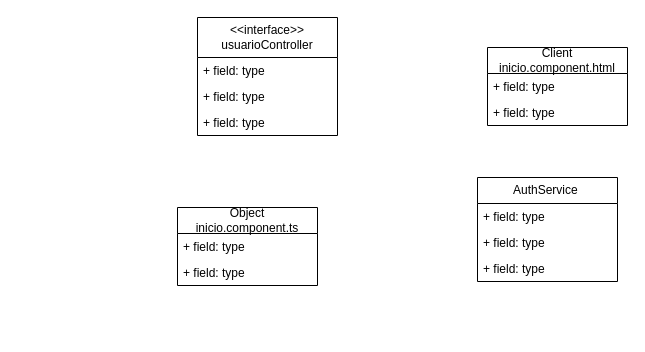
Above: Diagramas/ProxyUML.drawio in JorgeADnro/Torres (draw.io), before the change. Source tidied: cells renumbered, new cells numbered last; positions are measured from the earlier drawing's top-left corner, leaving out a move shared by most shapes. Both pictures are drawn from the tidied source at 100%, with x=0, y=0 at pixel (177, 17).
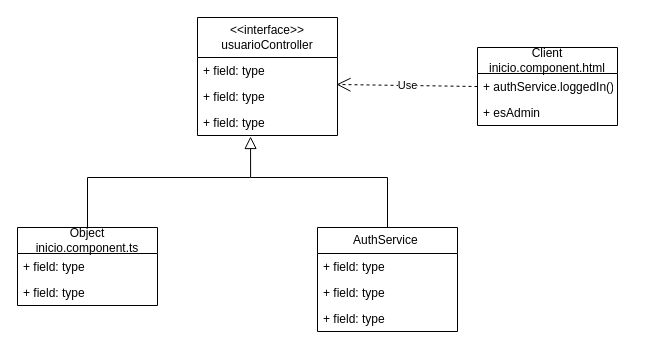
Above is the later version.

The change refers to these unchanged cells:
```xml
<mxCell id="4" value="+ field: type" style="text;strokeColor=none;fillColor=none;align=left;verticalAlign=top;spacingLeft=4;spacingRight=4;overflow=hidden;points=[[0,0.5],[1,0.5]];portConstraint=eastwest;whiteSpace=wrap;html=1;" parent="2" vertex="1">
  <mxGeometry y="66" width="140" height="26" as="geometry" />
</mxCell>
<mxCell id="5" value="+ field: type" style="text;strokeColor=none;fillColor=none;align=left;verticalAlign=top;spacingLeft=4;spacingRight=4;overflow=hidden;points=[[0,0.5],[1,0.5]];portConstraint=eastwest;whiteSpace=wrap;html=1;" parent="2" vertex="1">
  <mxGeometry y="92" width="140" height="26" as="geometry" />
</mxCell>
```

Diff of the diagram source:
```diff
@@
     <mxCell id="6" value="Client&lt;br&gt;inicio.component.html" style="swimlane;fontStyle=0;horizontal=1;startSize=26;fillColor=none;whiteSpace=wrap;html=1;" parent="1" vertex="1">
-      <mxGeometry x="310" y="30" width="140" height="78" as="geometry" />
+      <mxGeometry x="300" y="30" width="140" height="78" as="geometry" />
     </mxCell>
-    <mxCell id="7" value="+ field: type" style="text;strokeColor=none;fillColor=none;align=left;verticalAlign=top;spacingLeft=4;spacingRight=4;overflow=hidden;points=[[0,0.5],[1,0.5]];portConstraint=eastwest;whiteSpace=wrap;html=1;" parent="6" vertex="1">
+    <mxCell id="7" value="+&amp;nbsp;authService.loggedIn()" style="text;strokeColor=none;fillColor=none;align=left;verticalAlign=top;spacingLeft=4;spacingRight=4;overflow=hidden;points=[[0,0.5],[1,0.5]];portConstraint=eastwest;whiteSpace=wrap;html=1;" parent="6" vertex="1">
       <mxGeometry y="26" width="140" height="26" as="geometry" />
     </mxCell>
-    <mxCell id="8" value="+ field: type" style="text;strokeColor=none;fillColor=none;align=left;verticalAlign=top;spacingLeft=4;spacingRight=4;overflow=hidden;whiteSpace=wrap;html=1;" parent="6" vertex="1">
+    <mxCell id="8" value="+ esAdmin" style="text;strokeColor=none;fillColor=none;align=left;verticalAlign=top;spacingLeft=4;spacingRight=4;overflow=hidden;whiteSpace=wrap;html=1;" parent="6" vertex="1">
       <mxGeometry y="52" width="140" height="26" as="geometry" />
     </mxCell>
     <mxCell id="9" value="Object&lt;br&gt;inicio.component.ts" style="swimlane;fontStyle=0;horizontal=1;startSize=26;fillColor=none;whiteSpace=wrap;html=1;" parent="1" vertex="1">
-      <mxGeometry y="190" width="140" height="78" as="geometry" />
+      <mxGeometry x="-160" y="210" width="140" height="78" as="geometry" />
     </mxCell>
@@
     <mxCell id="12" value="AuthService&amp;nbsp;" style="swimlane;fontStyle=0;horizontal=1;startSize=26;fillColor=none;whiteSpace=wrap;html=1;" parent="1" vertex="1">
-      <mxGeometry x="300" y="160" width="140" height="104" as="geometry" />
+      <mxGeometry x="140" y="210" width="140" height="104" as="geometry" />
     </mxCell>
@@
+    <mxCell id="16" value="Use" style="endArrow=open;endSize=12;dashed=1;html=1;rounded=0;exitX=0;exitY=0.5;exitDx=0;exitDy=0;entryX=0.993;entryY=0.038;entryDx=0;entryDy=0;entryPerimeter=0;" parent="1" edge="1" source="7" target="4">
+      <mxGeometry relative="1" as="geometry" />
+    </mxCell>
+    <mxCell id="17" style="edgeStyle=orthogonalEdgeStyle;rounded=0;jettySize=auto;html=1;exitX=0.5;exitY=0;exitDx=0;exitDy=0;endArrow=none;endFill=0;" parent="1" edge="1" source="9">
+      <mxGeometry relative="1" as="geometry">
+        <mxPoint x="73" y="160" as="targetPoint" />
+        <Array as="points">
+          <mxPoint x="-90" y="160" />
+          <mxPoint x="73" y="160" />
+        </Array>
+      </mxGeometry>
+    </mxCell>
+    <mxCell id="18" style="edgeStyle=orthogonalEdgeStyle;rounded=0;jettySize=auto;html=1;exitX=0.5;exitY=0;exitDx=0;exitDy=0;entryX=0.379;entryY=1.038;entryDx=0;entryDy=0;entryPerimeter=0;endArrow=block;endFill=0;endSize=10;" parent="1" edge="1" source="12" target="5">
+      <mxGeometry relative="1" as="geometry">
+        <Array as="points">
+          <mxPoint x="210" y="160" />
+          <mxPoint x="73" y="160" />
+        </Array>
+      </mxGeometry>
+    </mxCell>
```
